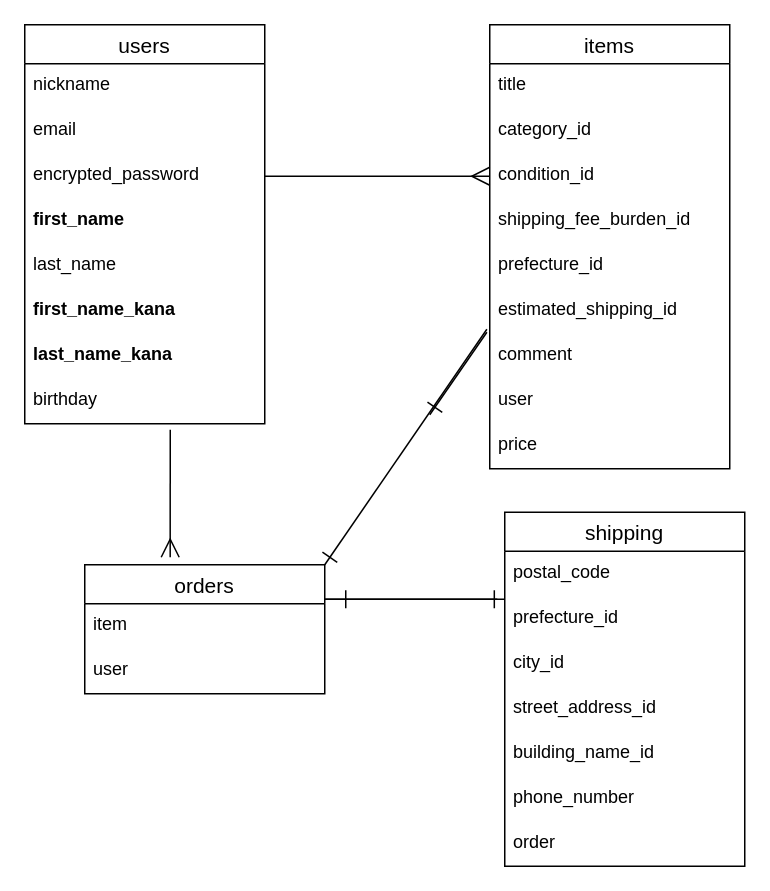
Above: database.dio in jodyyang007/furima-39373 (draw.io), before the change. Source tidied: cells renumbered, new cells numbered last; positions are measured from the earlier drawing's top-left corner, leaving out a move shared by most shapes. Both pictures are drawn from the tidied source at 150%, with x=0, y=0 at pixel (24, 24).
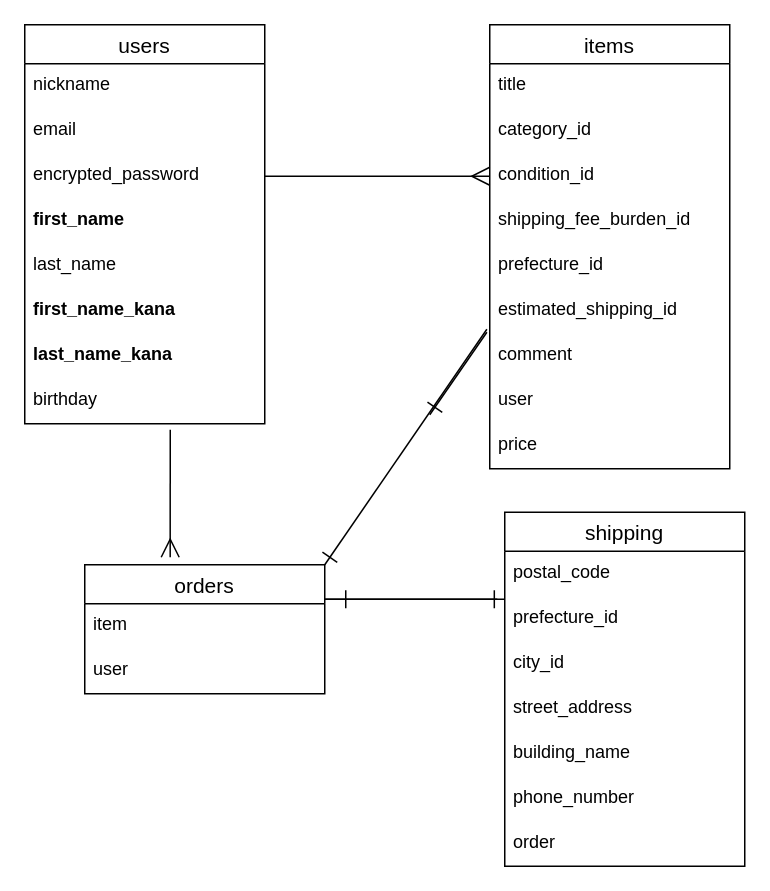
The same diagram, later.

Commit message (it also covers changes not shown here):
データベース修正7

https://gyazo.com/b9a46e4b12682c35a049d411595928be

Unchanged cells that the change refers to:
```xml
<mxCell id="25" value="shipping" style="swimlane;fontStyle=0;horizontal=1;startSize=26;align=center;fontSize=14;" parent="1" vertex="1">
  <mxGeometry x="320" y="325" width="160" height="236" as="geometry" />
</mxCell>
```

What changed in the source:
```diff
@@
-    <mxCell id="29" value="street_address_id " style="text;strokeColor=none;fillColor=none;spacingLeft=4;spacingRight=4;overflow=hidden;fontSize=12;" parent="25" vertex="1">
+    <mxCell id="29" value="street_address" style="text;strokeColor=none;fillColor=none;spacingLeft=4;spacingRight=4;overflow=hidden;fontSize=12;" parent="25" vertex="1">
       <mxGeometry y="116" width="160" height="30" as="geometry" />
     </mxCell>
-    <mxCell id="30" value="building_name_id " style="text;strokeColor=none;fillColor=none;spacingLeft=4;spacingRight=4;overflow=hidden;fontSize=12;" parent="25" vertex="1">
+    <mxCell id="30" value="building_name" style="text;strokeColor=none;fillColor=none;spacingLeft=4;spacingRight=4;overflow=hidden;fontSize=12;" parent="25" vertex="1">
       <mxGeometry y="146" width="160" height="30" as="geometry" />
     </mxCell>
```
